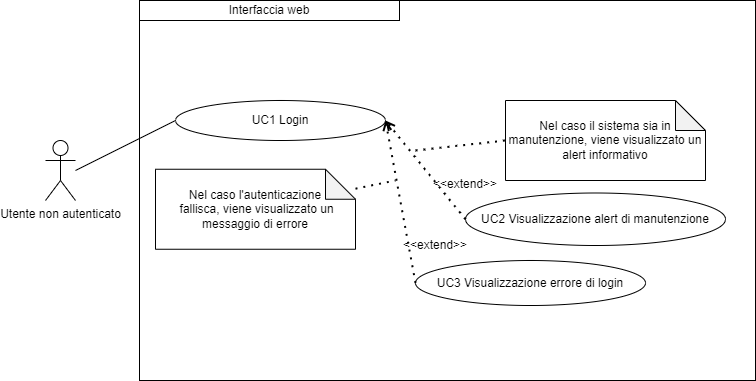
This is imgs/Uml/UC1.png from ShameIRL/farmacode, a draw.io export, as it was before one commit. Source tidied: cells renumbered, new cells last; positions are measured from the earlier drawing's top-left corner, leaving out a move shared by most shapes.
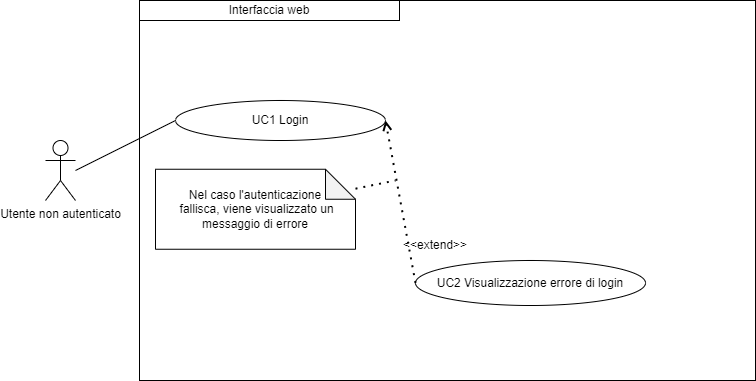
After the change.

The edit, as a diff of the source:
```diff
@@ -8,7 +8,7 @@
     <mxCell id="3" value="UC1 Login" style="ellipse;whiteSpace=wrap;html=1;" parent="1" vertex="1">
       <mxGeometry x="130" y="100" width="210" height="40" as="geometry" />
     </mxCell>
-    <mxCell id="4" value="UC3 Visualizzazione errore di login" style="ellipse;whiteSpace=wrap;html=1;" parent="1" vertex="1">
+    <mxCell id="4" value="UC2 Visualizzazione errore di login" style="ellipse;whiteSpace=wrap;html=1;" parent="1" vertex="1">
       <mxGeometry x="370" y="260" width="230" height="45" as="geometry" />
     </mxCell>
     <mxCell id="5" style="endArrow=none;html=1;rounded=0;" parent="1" edge="1">
@@ -34,25 +34,6 @@
     <mxCell id="10" value="&lt;div style=&quot;&quot;&gt;&lt;span style=&quot;background-color: initial;&quot;&gt;Interfaccia web&lt;/span&gt;&lt;/div&gt;" style="rounded=0;whiteSpace=wrap;html=1;fillColor=none;align=center;" parent="1" vertex="1">
       <mxGeometry x="94" width="260" height="20" as="geometry" />
     </mxCell>
-    <mxCell id="11" value="UC2 Visualizzazione alert di manutenzione" style="ellipse;whiteSpace=wrap;html=1;" parent="1" vertex="1">
-      <mxGeometry x="420" y="192.5" width="260" height="52.5" as="geometry" />
-    </mxCell>
-    <mxCell id="12" value="&amp;lt;&amp;lt;extend&amp;gt;&amp;gt;" style="text;html=1;strokeColor=none;fillColor=none;align=center;verticalAlign=middle;whiteSpace=wrap;rounded=0;" parent="1" vertex="1">
-      <mxGeometry x="390" y="168.8" width="60" height="30" as="geometry" />
-    </mxCell>
-    <mxCell id="13" style="endArrow=open;dashed=1;html=1;dashPattern=1 3;strokeWidth=2;rounded=0;exitX=0;exitY=0.5;exitDx=0;exitDy=0;" parent="1" edge="1" source="11">
-      <mxGeometry relative="1" as="geometry">
-        <mxPoint x="340" y="120" as="targetPoint" />
-      </mxGeometry>
-    </mxCell>
-    <mxCell id="14" value="Nel caso il sistema sia in manutenzione, viene visualizzato un alert informativo" style="shape=note;whiteSpace=wrap;html=1;backgroundOutline=1;darkOpacity=0.05;" parent="1" vertex="1">
-      <mxGeometry x="460" y="100" width="200" height="80" as="geometry" />
-    </mxCell>
-    <mxCell id="15" style="endArrow=none;dashed=1;html=1;dashPattern=1 3;strokeWidth=2;rounded=0;entryX=0;entryY=0.5;entryDx=0;entryDy=0;entryPerimeter=0;" parent="1" edge="1" target="14">
-      <mxGeometry relative="1" as="geometry">
-        <mxPoint x="370" y="150" as="sourcePoint" />
-      </mxGeometry>
-    </mxCell>
     <mxCell id="16" style="rounded=0;whiteSpace=wrap;html=1;fillColor=none;" parent="1" vertex="1">
       <mxGeometry x="94" width="616" height="380" as="geometry" />
     </mxCell>
```
